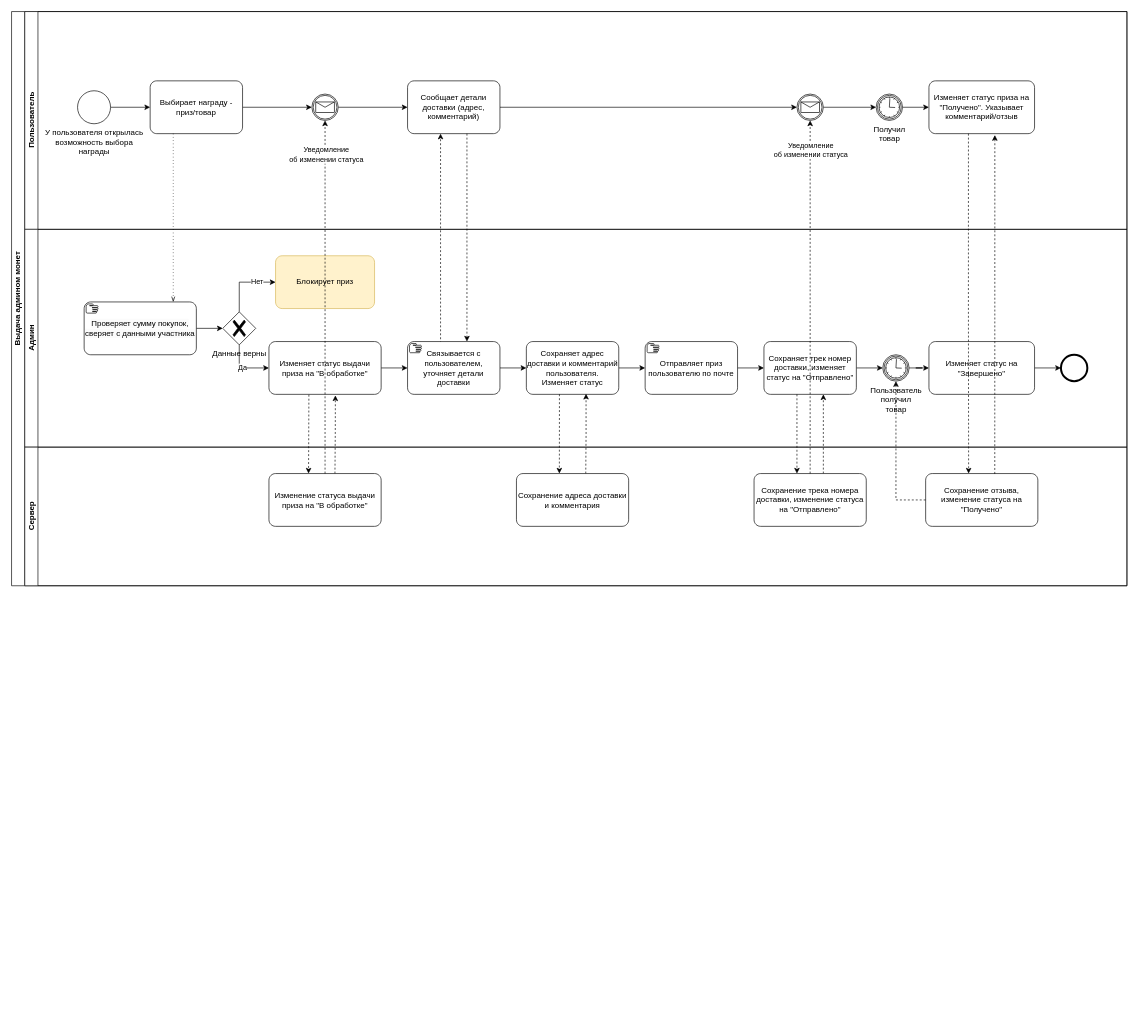
Before: page "Выдача призов/товаров" (5 of 5) of Награждение участников.drawio in aau8/draw.io, a draw.io diagram. Source tidied: cells renumbered, new cells numbered last; positions are measured from the earlier drawing's top-left corner, leaving out a move shared by most shapes. Both pictures are drawn from the tidied source at 66%, with x=0, y=0 at pixel (11, 11).
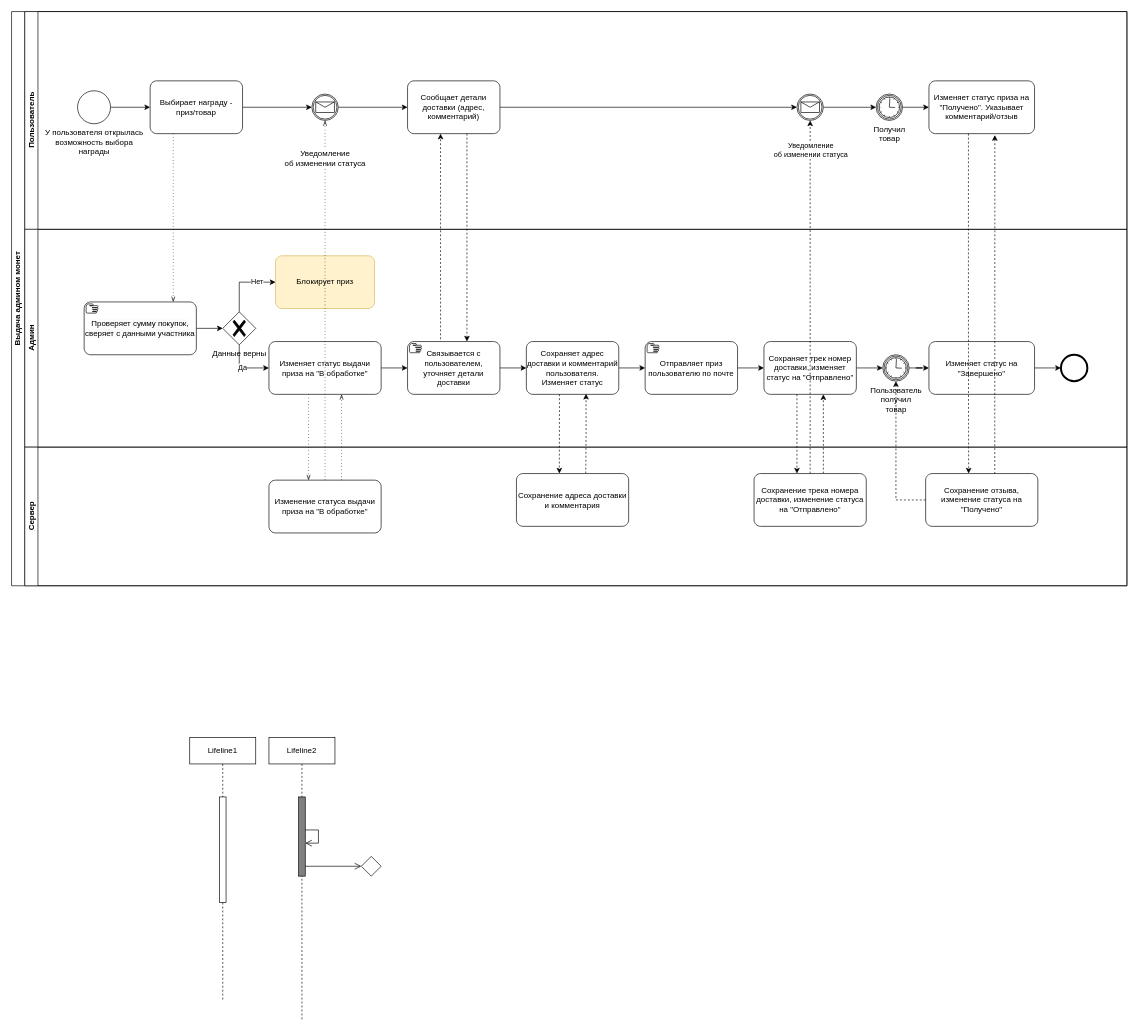
The same diagram, later.

The change refers to these unchanged cells:
```xml
<mxCell id="2" value="Выдача админом монет" style="swimlane;html=1;horizontal=0;startSize=20;whiteSpace=wrap;" parent="1" vertex="1">
  <mxGeometry width="1690" height="870" as="geometry" />
</mxCell>
<mxCell id="12" style="points=[[0.145,0.145,0],[0.5,0,0],[0.855,0.145,0],[1,0.5,0],[0.855,0.855,0],[0.5,1,0],[0.145,0.855,0],[0,0.5,0]];shape=mxgraph.bpmn.event;html=1;verticalLabelPosition=bottom;labelBackgroundColor=#ffffff;verticalAlign=top;align=center;perimeter=ellipsePerimeter;outlineConnect=0;outline=catching;symbol=message;" parent="3" vertex="1">
  <mxGeometry x="435" y="125" width="40" height="40" as="geometry" />
</mxCell>
<mxCell id="18" value="Админ" style="swimlane;html=1;startSize=20;horizontal=0;" parent="2" vertex="1">
  <mxGeometry x="20" y="330" width="1670" height="330" as="geometry" />
</mxCell>
<mxCell id="26" value="Изменяет статус выдачи приза на &quot;В обработке&quot;" style="points=[[0.25,0,0],[0.5,0,0],[0.75,0,0],[1,0.25,0],[1,0.5,0],[1,0.75,0],[0.75,1,0],[0.5,1,0],[0.25,1,0],[0,0.75,0],[0,0.5,0],[0,0.25,0]];shape=mxgraph.bpmn.task;whiteSpace=wrap;rectStyle=rounded;size=10;html=1;taskMarker=abstract;" parent="18" vertex="1">
  <mxGeometry x="370" y="170" width="170" height="80" as="geometry" />
</mxCell>
<mxCell id="46" value="Сервер" style="swimlane;html=1;startSize=20;horizontal=0;" parent="2" vertex="1">
  <mxGeometry x="20" y="660" width="1670" height="210" as="geometry" />
</mxCell>
```

Change to the diagram source:
```diff
@@
-    <mxCell id="31" style="edgeStyle=orthogonalEdgeStyle;rounded=0;jettySize=auto;html=1;dashed=1;exitX=0.356;exitY=1.007;exitDx=0;exitDy=0;exitPerimeter=0;" parent="18" edge="1" source="26">
-      <mxGeometry relative="1" as="geometry">
-        <mxPoint x="430" y="370" as="targetPoint" />
-      </mxGeometry>
-    </mxCell>
-    <mxCell id="32" style="edgeStyle=orthogonalEdgeStyle;rounded=0;jettySize=auto;html=1;dashed=1;entryX=0.592;entryY=1.02;entryDx=0;entryDy=0;entryPerimeter=0;" parent="18" edge="1" target="26">
-      <mxGeometry relative="1" as="geometry">
-        <mxPoint x="470" y="370" as="sourcePoint" />
-      </mxGeometry>
-    </mxCell>
@@
     <mxCell id="47" value="Изменение статуса выдачи приза на &quot;В обработке&quot;" style="points=[[0.25,0,0],[0.5,0,0],[0.75,0,0],[1,0.25,0],[1,0.5,0],[1,0.75,0],[0.75,1,0],[0.5,1,0],[0.25,1,0],[0,0.75,0],[0,0.5,0],[0,0.25,0]];shape=mxgraph.bpmn.task;whiteSpace=wrap;rectStyle=rounded;size=10;html=1;taskMarker=abstract;" parent="46" vertex="1">
-      <mxGeometry x="370" y="40" width="170" height="80" as="geometry" />
+      <mxGeometry x="370" y="50" width="170" height="80" as="geometry" />
     </mxCell>
@@
-    <mxCell id="53" style="edgeStyle=orthogonalEdgeStyle;rounded=0;jettySize=auto;html=1;dashed=1;entryX=0.5;entryY=1;entryDx=0;entryDy=0;entryPerimeter=0;" parent="2" edge="1" source="47" target="12">
-      <mxGeometry relative="1" as="geometry" />
-    </mxCell>
-    <mxCell id="54" value="Уведомление&lt;br&gt;об изменении статуса" style="edgeLabel;html=1;align=center;verticalAlign=middle;" parent="53" vertex="1">
-      <mxGeometry x="0.81" y="-1" relative="1" as="geometry" />
-    </mxCell>
@@
+    <mxCell id="60" style="edgeStyle=elbowEdgeStyle;fontSize=12;html=1;endFill=0;startFill=0;endSize=6;startSize=6;dashed=1;dashPattern=1 4;endArrow=openThin;startArrow=none;rounded=0;" parent="2" edge="1" source="26" target="47">
+      <mxGeometry relative="1" as="geometry">
+        <Array as="points">
+          <mxPoint x="450" y="640" />
+        </Array>
+      </mxGeometry>
+    </mxCell>
+    <mxCell id="61" style="edgeStyle=elbowEdgeStyle;fontSize=12;html=1;endFill=0;startFill=0;endSize=6;startSize=6;dashed=1;dashPattern=1 4;endArrow=openThin;startArrow=none;rounded=0;" parent="2" edge="1" source="47" target="26">
+      <mxGeometry relative="1" as="geometry">
+        <Array as="points">
+          <mxPoint x="500" y="640" />
+        </Array>
+      </mxGeometry>
+    </mxCell>
+    <mxCell id="54" value="&lt;div&gt;Уведомление&lt;/div&gt;&lt;div&gt;об изменении статуса&lt;/div&gt;" style="edgeStyle=elbowEdgeStyle;fontSize=12;html=1;endFill=0;startFill=0;endSize=6;startSize=6;dashed=1;dashPattern=1 4;endArrow=openThin;startArrow=none;rounded=0;" parent="2" edge="1" source="47" target="12">
+      <mxGeometry x="0.79" relative="1" as="geometry" />
+    </mxCell>
+    <mxCell id="62" value="Lifeline2" style="shape=umlLifeline;perimeter=lifelinePerimeter;whiteSpace=wrap;html=1;newEdgeStyle={&quot;edgeStyle&quot;:&quot;elbowEdgeStyle&quot;,&quot;elbow&quot;:&quot;vertical&quot;,&quot;curved&quot;:0,&quot;rounded&quot;:0};" parent="1" vertex="1">
+      <mxGeometry x="390" y="1100" width="100" height="430" as="geometry" />
+    </mxCell>
+    <mxCell id="63" style="html=1;points=[[0,0,0,0,5],[0,1,0,0,-5],[1,0,0,0,5],[1,1,0,0,-5]];perimeter=orthogonalPerimeter;outlineConnect=0;targetShapes=umlLifeline;portConstraint=eastwest;newEdgeStyle={&quot;curved&quot;:0,&quot;rounded&quot;:0};fillColor=#808080;" parent="62" vertex="1">
+      <mxGeometry x="45" y="90" width="10" height="120" as="geometry" />
+    </mxCell>
+    <mxCell id="64" style="endArrow=open;startArrow=none;endFill=0;startFill=0;endSize=8;html=1;verticalAlign=bottom;labelBackgroundColor=none;strokeWidth=1;rounded=0;" parent="62" edge="1" source="63" target="63">
+      <mxGeometry relative="1" as="geometry" />
+    </mxCell>
+    <mxCell id="65" value="Lifeline1" style="shape=umlLifeline;perimeter=lifelinePerimeter;whiteSpace=wrap;html=1;newEdgeStyle={&quot;edgeStyle&quot;:&quot;elbowEdgeStyle&quot;,&quot;elbow&quot;:&quot;vertical&quot;,&quot;curved&quot;:0,&quot;rounded&quot;:0};" parent="1" vertex="1">
+      <mxGeometry x="270" y="1100" width="100" height="400" as="geometry" />
+    </mxCell>
+    <mxCell id="66" style="html=1;perimeter=orthogonalPerimeter;targetShapes=umlLifeline;newEdgeStyle={&quot;curved&quot;:0,&quot;rounded&quot;:0};" parent="65" vertex="1">
+      <mxGeometry x="45" y="90" width="10" height="160" as="geometry" />
+    </mxCell>
+    <mxCell id="67" style="rhombus;" parent="1" vertex="1">
+      <mxGeometry x="530" y="1280" width="30" height="30" as="geometry" />
+    </mxCell>
+    <mxCell id="68" style="endArrow=open;startArrow=none;endFill=0;startFill=0;endSize=8;html=1;verticalAlign=bottom;labelBackgroundColor=none;strokeWidth=1;rounded=0;entryX=0;entryY=0.5;entryDx=0;entryDy=0;" parent="1" edge="1" source="63" target="67">
+      <mxGeometry relative="1" as="geometry" />
+    </mxCell>
```
